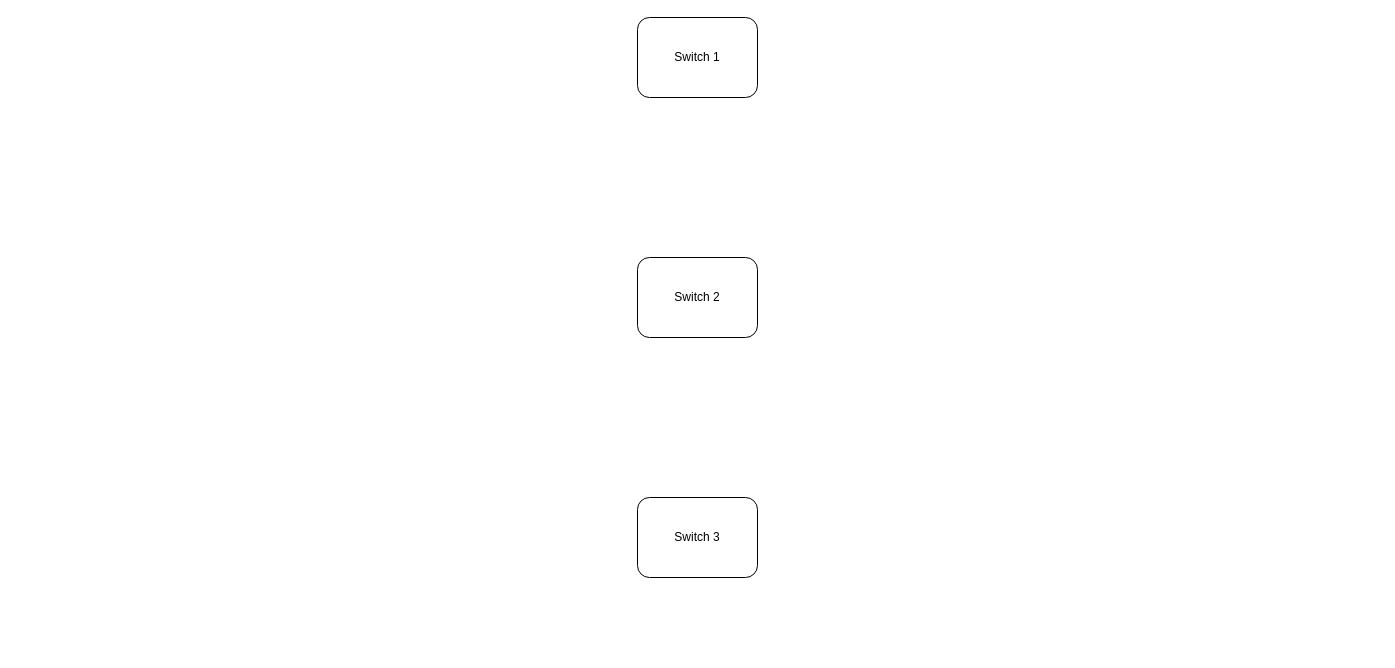
Earlier version of the draw.io diagram Untitled Diagram.drawio (nicky1305/pi_project). Source tidied: cells renumbered, new cells numbered last; positions are measured from the earlier drawing's top-left corner, leaving out a move shared by most shapes. Both pictures are drawn from the tidied source at 100%, with x=0, y=0 at pixel (637, 17).
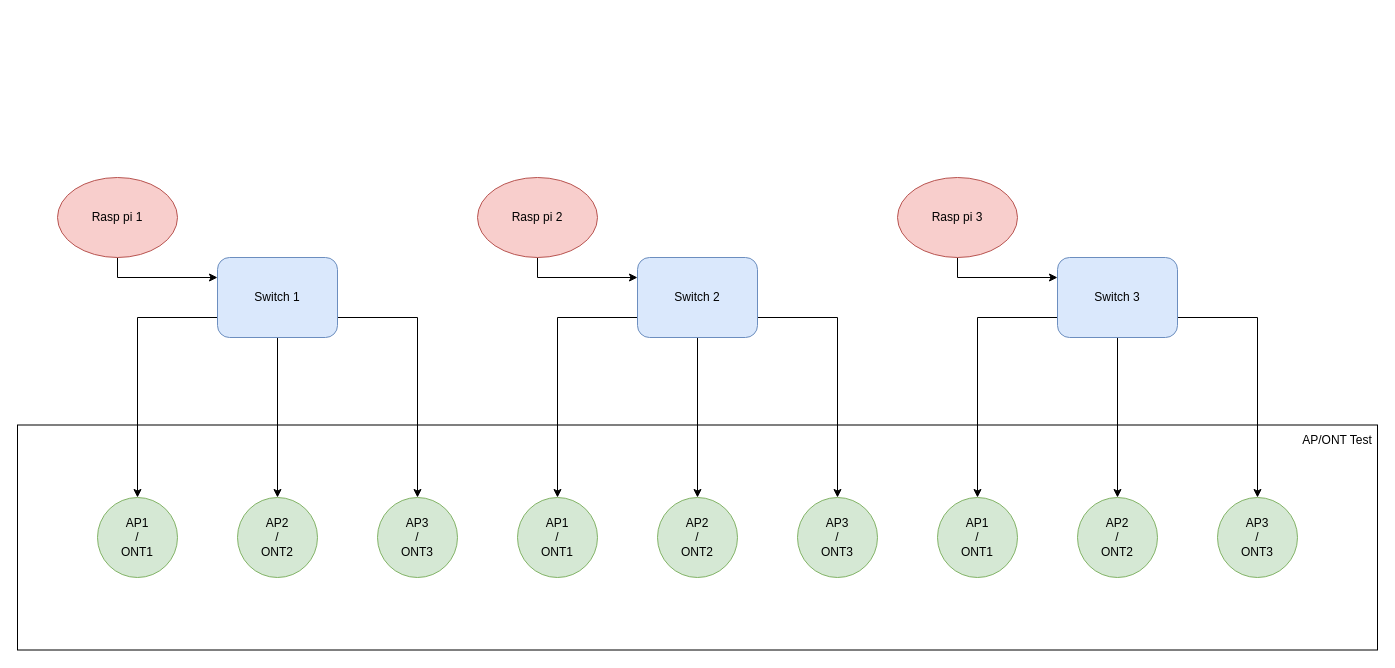
The same diagram, later.

Diff of the diagram source:
```diff
@@
+    <mxCell id="5" style="rounded=0;whiteSpace=wrap;html=1;" parent="1" vertex="1">
+      <mxGeometry x="-620" y="407.5" width="1360" height="225" as="geometry" />
+    </mxCell>
+    <mxCell id="6" style="edgeStyle=orthogonalEdgeStyle;rounded=0;jettySize=auto;html=1;exitX=0;exitY=0.75;exitDx=0;exitDy=0;entryX=0.5;entryY=0;entryDx=0;entryDy=0;" parent="1" edge="1" source="2" target="18">
+      <mxGeometry relative="1" as="geometry" />
+    </mxCell>
+    <mxCell id="7" style="edgeStyle=orthogonalEdgeStyle;rounded=0;jettySize=auto;html=1;exitX=0.5;exitY=1;exitDx=0;exitDy=0;entryX=0.5;entryY=0;entryDx=0;entryDy=0;" parent="1" edge="1" source="2" target="19">
+      <mxGeometry relative="1" as="geometry" />
+    </mxCell>
+    <mxCell id="8" style="edgeStyle=orthogonalEdgeStyle;rounded=0;jettySize=auto;html=1;exitX=1;exitY=0.75;exitDx=0;exitDy=0;entryX=0.5;entryY=0;entryDx=0;entryDy=0;" parent="1" edge="1" source="2" target="20">
+      <mxGeometry relative="1" as="geometry" />
+    </mxCell>
-    <mxCell id="2" value="Switch 2" style="rounded=1;whiteSpace=wrap;html=1;" parent="1" vertex="1">
+    <mxCell id="2" value="Switch 2" style="rounded=1;whiteSpace=wrap;html=1;fillColor=#dae8fc;strokeColor=#6c8ebf;" parent="1" vertex="1">
       <mxGeometry y="240" width="120" height="80" as="geometry" />
     </mxCell>
+    <mxCell id="9" style="edgeStyle=orthogonalEdgeStyle;rounded=0;jettySize=auto;html=1;exitX=0;exitY=0.75;exitDx=0;exitDy=0;entryX=0.5;entryY=0;entryDx=0;entryDy=0;" parent="1" edge="1" source="3" target="15">
+      <mxGeometry relative="1" as="geometry" />
+    </mxCell>
+    <mxCell id="10" style="edgeStyle=orthogonalEdgeStyle;rounded=0;jettySize=auto;html=1;exitX=0.5;exitY=1;exitDx=0;exitDy=0;entryX=0.5;entryY=0;entryDx=0;entryDy=0;" parent="1" edge="1" source="3" target="16">
+      <mxGeometry relative="1" as="geometry" />
+    </mxCell>
+    <mxCell id="11" style="edgeStyle=orthogonalEdgeStyle;rounded=0;jettySize=auto;html=1;exitX=1;exitY=0.75;exitDx=0;exitDy=0;entryX=0.5;entryY=0;entryDx=0;entryDy=0;" parent="1" edge="1" source="3" target="17">
+      <mxGeometry relative="1" as="geometry" />
+    </mxCell>
-    <mxCell id="3" value="Switch 1" style="rounded=1;whiteSpace=wrap;html=1;" parent="1" vertex="1">
-      <mxGeometry width="120" height="80" as="geometry" />
+    <mxCell id="3" value="Switch 1" style="rounded=1;whiteSpace=wrap;html=1;fillColor=#dae8fc;strokeColor=#6c8ebf;" parent="1" vertex="1">
+      <mxGeometry x="-420" y="240" width="120" height="80" as="geometry" />
     </mxCell>
+    <mxCell id="12" style="edgeStyle=orthogonalEdgeStyle;rounded=0;jettySize=auto;html=1;exitX=0;exitY=0.75;exitDx=0;exitDy=0;entryX=0.5;entryY=0;entryDx=0;entryDy=0;" parent="1" edge="1" source="4" target="21">
+      <mxGeometry relative="1" as="geometry" />
+    </mxCell>
+    <mxCell id="13" style="edgeStyle=orthogonalEdgeStyle;rounded=0;jettySize=auto;html=1;entryX=0.5;entryY=0;entryDx=0;entryDy=0;" parent="1" edge="1" source="4" target="22">
+      <mxGeometry relative="1" as="geometry" />
+    </mxCell>
+    <mxCell id="14" style="edgeStyle=orthogonalEdgeStyle;rounded=0;jettySize=auto;html=1;exitX=1;exitY=0.75;exitDx=0;exitDy=0;entryX=0.5;entryY=0;entryDx=0;entryDy=0;" parent="1" edge="1" source="4" target="23">
+      <mxGeometry relative="1" as="geometry" />
+    </mxCell>
-    <mxCell id="4" value="Switch 3" style="rounded=1;whiteSpace=wrap;html=1;" parent="1" vertex="1">
-      <mxGeometry y="480" width="120" height="80" as="geometry" />
+    <mxCell id="4" value="Switch 3" style="rounded=1;whiteSpace=wrap;html=1;fillColor=#dae8fc;strokeColor=#6c8ebf;" parent="1" vertex="1">
+      <mxGeometry x="420" y="240" width="120" height="80" as="geometry" />
     </mxCell>
+    <mxCell id="15" value="&lt;div&gt;AP1&lt;/div&gt;&lt;div&gt;/&lt;/div&gt;&lt;div&gt;ONT1&lt;br&gt;&lt;/div&gt;" style="ellipse;whiteSpace=wrap;html=1;fillColor=#d5e8d4;strokeColor=#82b366;" parent="1" vertex="1">
+      <mxGeometry x="-540" y="480" width="80" height="80" as="geometry" />
+    </mxCell>
+    <mxCell id="16" value="&lt;div&gt;AP2&lt;/div&gt;&lt;div&gt;/&lt;br&gt;&lt;/div&gt;&lt;div&gt;ONT2&lt;br&gt;&lt;/div&gt;" style="ellipse;whiteSpace=wrap;html=1;fillColor=#d5e8d4;strokeColor=#82b366;" parent="1" vertex="1">
+      <mxGeometry x="-400" y="480" width="80" height="80" as="geometry" />
+    </mxCell>
+    <mxCell id="17" value="&lt;div&gt;AP3&lt;/div&gt;&lt;div&gt;/&lt;/div&gt;&lt;div&gt;ONT3&lt;br&gt;&lt;/div&gt;" style="ellipse;whiteSpace=wrap;html=1;fillColor=#d5e8d4;strokeColor=#82b366;" parent="1" vertex="1">
+      <mxGeometry x="-260" y="480" width="80" height="80" as="geometry" />
+    </mxCell>
+    <mxCell id="18" value="&lt;div&gt;AP1&lt;/div&gt;&lt;div&gt;/&lt;/div&gt;&lt;div&gt;ONT1&lt;br&gt;&lt;/div&gt;" style="ellipse;whiteSpace=wrap;html=1;fillColor=#d5e8d4;strokeColor=#82b366;" parent="1" vertex="1">
+      <mxGeometry x="-120" y="480" width="80" height="80" as="geometry" />
+    </mxCell>
+    <mxCell id="19" value="&lt;div&gt;AP2&lt;/div&gt;&lt;div&gt;/&lt;br&gt;&lt;/div&gt;&lt;div&gt;ONT2&lt;br&gt;&lt;/div&gt;" style="ellipse;whiteSpace=wrap;html=1;fillColor=#d5e8d4;strokeColor=#82b366;" parent="1" vertex="1">
+      <mxGeometry x="20" y="480" width="80" height="80" as="geometry" />
+    </mxCell>
+    <mxCell id="20" value="&lt;div&gt;AP3&lt;/div&gt;&lt;div&gt;/&lt;/div&gt;&lt;div&gt;ONT3&lt;br&gt;&lt;/div&gt;" style="ellipse;whiteSpace=wrap;html=1;fillColor=#d5e8d4;strokeColor=#82b366;" parent="1" vertex="1">
+      <mxGeometry x="160" y="480" width="80" height="80" as="geometry" />
+    </mxCell>
+    <mxCell id="21" value="&lt;div&gt;AP1&lt;/div&gt;&lt;div&gt;/&lt;/div&gt;&lt;div&gt;ONT1&lt;br&gt;&lt;/div&gt;" style="ellipse;whiteSpace=wrap;html=1;fillColor=#d5e8d4;strokeColor=#82b366;" parent="1" vertex="1">
+      <mxGeometry x="300" y="480" width="80" height="80" as="geometry" />
+    </mxCell>
+    <mxCell id="22" value="&lt;div&gt;AP2&lt;/div&gt;&lt;div&gt;/&lt;br&gt;&lt;/div&gt;&lt;div&gt;ONT2&lt;br&gt;&lt;/div&gt;" style="ellipse;whiteSpace=wrap;html=1;fillColor=#d5e8d4;strokeColor=#82b366;" parent="1" vertex="1">
+      <mxGeometry x="440" y="480" width="80" height="80" as="geometry" />
+    </mxCell>
+    <mxCell id="23" value="&lt;div&gt;AP3&lt;/div&gt;&lt;div&gt;/&lt;/div&gt;&lt;div&gt;ONT3&lt;br&gt;&lt;/div&gt;" style="ellipse;whiteSpace=wrap;html=1;fillColor=#d5e8d4;strokeColor=#82b366;" parent="1" vertex="1">
+      <mxGeometry x="580" y="480" width="80" height="80" as="geometry" />
+    </mxCell>
+    <mxCell id="24" value="AP/ONT Test" style="text;html=1;align=center;verticalAlign=middle;whiteSpace=wrap;rounded=0;" parent="1" vertex="1">
+      <mxGeometry x="660" y="407.5" width="80" height="30" as="geometry" />
+    </mxCell>
+    <mxCell id="25" style="edgeStyle=orthogonalEdgeStyle;rounded=0;jettySize=auto;html=1;exitX=0.5;exitY=1;exitDx=0;exitDy=0;entryX=0;entryY=0.25;entryDx=0;entryDy=0;" parent="1" edge="1" source="26" target="4">
+      <mxGeometry relative="1" as="geometry" />
+    </mxCell>
+    <mxCell id="26" value="Rasp pi 3" style="ellipse;whiteSpace=wrap;html=1;fillColor=#f8cecc;strokeColor=#b85450;" parent="1" vertex="1">
+      <mxGeometry x="260" y="160" width="120" height="80" as="geometry" />
+    </mxCell>
+    <mxCell id="27" style="edgeStyle=orthogonalEdgeStyle;rounded=0;jettySize=auto;html=1;exitX=0.5;exitY=1;exitDx=0;exitDy=0;entryX=0;entryY=0.25;entryDx=0;entryDy=0;" parent="1" edge="1" source="28" target="3">
+      <mxGeometry relative="1" as="geometry" />
+    </mxCell>
+    <mxCell id="28" value="Rasp pi 1" style="ellipse;whiteSpace=wrap;html=1;fillColor=#f8cecc;strokeColor=#b85450;" parent="1" vertex="1">
+      <mxGeometry x="-580" y="160" width="120" height="80" as="geometry" />
+    </mxCell>
+    <mxCell id="29" style="edgeStyle=orthogonalEdgeStyle;rounded=0;jettySize=auto;html=1;exitX=0.5;exitY=1;exitDx=0;exitDy=0;entryX=0;entryY=0.25;entryDx=0;entryDy=0;" parent="1" edge="1" source="30" target="2">
+      <mxGeometry relative="1" as="geometry" />
+    </mxCell>
+    <mxCell id="30" value="Rasp pi 2" style="ellipse;whiteSpace=wrap;html=1;fillColor=#f8cecc;strokeColor=#b85450;" parent="1" vertex="1">
+      <mxGeometry x="-160" y="160" width="120" height="80" as="geometry" />
+    </mxCell>
```
